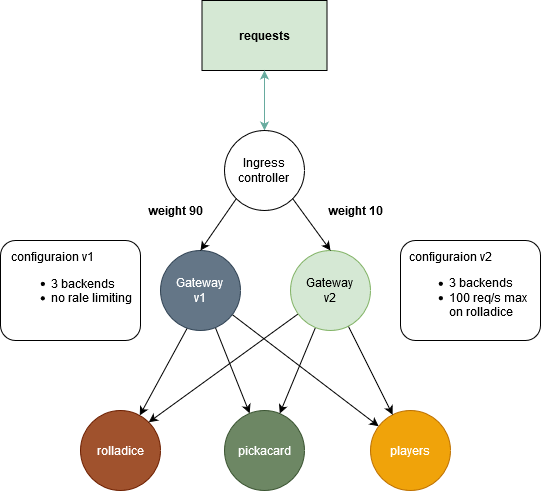
Above: images/canary_testing.png in ericgarrigues/casino (draw.io), before the change. Source tidied: cells renumbered, new cells last; positions are measured from the earlier drawing's top-left corner, leaving out a move shared by most shapes.
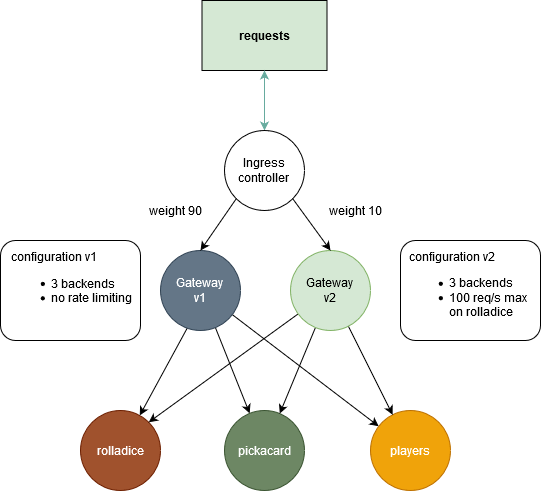
Later version of the same file.

What changed in the source:
```diff
@@ -53,19 +53,19 @@
     <mxCell id="18" value="&lt;div align=&quot;left&quot;&gt;&lt;br&gt;&lt;/div&gt;" style="rounded=1;whiteSpace=wrap;html=1;" parent="1" vertex="1">
       <mxGeometry y="240" width="140" height="100" as="geometry" />
     </mxCell>
-    <mxCell id="19" value="&lt;div&gt;configuraion v1&lt;/div&gt;&lt;div&gt;&lt;ul&gt;&lt;li&gt;3 backends&lt;/li&gt;&lt;li&gt;no rale limiting&lt;br&gt;&lt;/li&gt;&lt;/ul&gt;&lt;/div&gt;" style="text;html=1;strokeColor=none;fillColor=none;align=left;verticalAlign=middle;whiteSpace=wrap;rounded=0;" parent="1" vertex="1">
+    <mxCell id="19" value="&lt;div&gt;configuration v1&lt;/div&gt;&lt;div&gt;&lt;ul&gt;&lt;li&gt;3 backends&lt;/li&gt;&lt;li&gt;no rate limiting&lt;br&gt;&lt;/li&gt;&lt;/ul&gt;&lt;/div&gt;" style="text;html=1;strokeColor=none;fillColor=none;align=left;verticalAlign=middle;whiteSpace=wrap;rounded=0;" parent="1" vertex="1">
       <mxGeometry x="8.5" y="240" width="123" height="85" as="geometry" />
     </mxCell>
     <mxCell id="20" value="&lt;div align=&quot;left&quot;&gt;&lt;br&gt;&lt;/div&gt;" style="rounded=1;whiteSpace=wrap;html=1;" parent="1" vertex="1">
       <mxGeometry x="400" y="240" width="140" height="100" as="geometry" />
     </mxCell>
-    <mxCell id="21" value="&lt;div&gt;configuraion v2&lt;/div&gt;&lt;div&gt;&lt;ul&gt;&lt;li&gt;3 backends&lt;/li&gt;&lt;li&gt;100 req/s max on rolladice&lt;br&gt;&lt;/li&gt;&lt;/ul&gt;&lt;/div&gt;" style="text;html=1;strokeColor=none;fillColor=none;align=left;verticalAlign=middle;whiteSpace=wrap;rounded=0;" parent="1" vertex="1">
+    <mxCell id="21" value="&lt;div&gt;configuration v2&lt;/div&gt;&lt;div&gt;&lt;ul&gt;&lt;li&gt;3 backends&lt;/li&gt;&lt;li&gt;100 req/s max on rolladice&lt;br&gt;&lt;/li&gt;&lt;/ul&gt;&lt;/div&gt;" style="text;html=1;strokeColor=none;fillColor=none;align=left;verticalAlign=middle;whiteSpace=wrap;rounded=0;" parent="1" vertex="1">
       <mxGeometry x="407" y="247.5" width="123" height="85" as="geometry" />
     </mxCell>
-    <mxCell id="22" value="weight 90" style="text;html=1;strokeColor=none;fillColor=none;align=center;verticalAlign=middle;whiteSpace=wrap;rounded=0;fontStyle=1;" parent="1" vertex="1">
+    <mxCell id="22" value="weight 90" style="text;html=1;strokeColor=none;fillColor=none;align=center;verticalAlign=middle;whiteSpace=wrap;rounded=0;" parent="1" vertex="1">
       <mxGeometry x="140" y="200" width="70" height="20" as="geometry" />
     </mxCell>
-    <mxCell id="23" value="weight 10" style="text;html=1;strokeColor=none;fillColor=none;align=center;verticalAlign=middle;whiteSpace=wrap;rounded=0;fontStyle=1;" parent="1" vertex="1">
+    <mxCell id="23" value="weight 10" style="text;html=1;strokeColor=none;fillColor=none;align=center;verticalAlign=middle;whiteSpace=wrap;rounded=0;" parent="1" vertex="1">
       <mxGeometry x="320" y="200" width="70" height="20" as="geometry" />
     </mxCell>
   </root>
```
